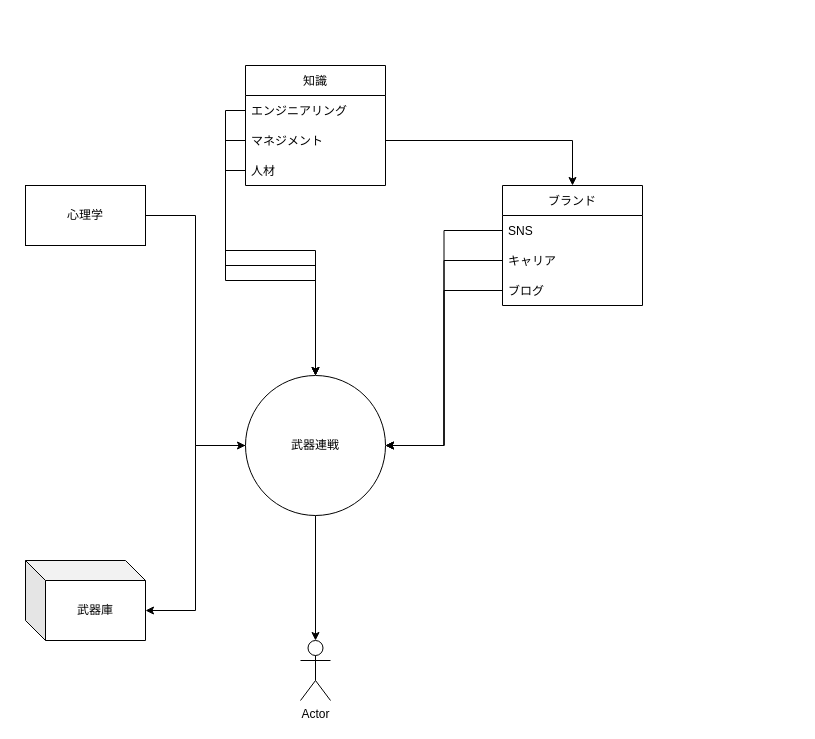
This is Untitled Diagram.drawio from minegishirei/draw_v1, a draw.io file, before an edit. Source tidied: cells renumbered, new cells numbered last; positions are measured from the earlier drawing's top-left corner, leaving out a move shared by most shapes. Both pictures are drawn from the tidied source at 100%, with x=0, y=0 at pixel (25, 65).
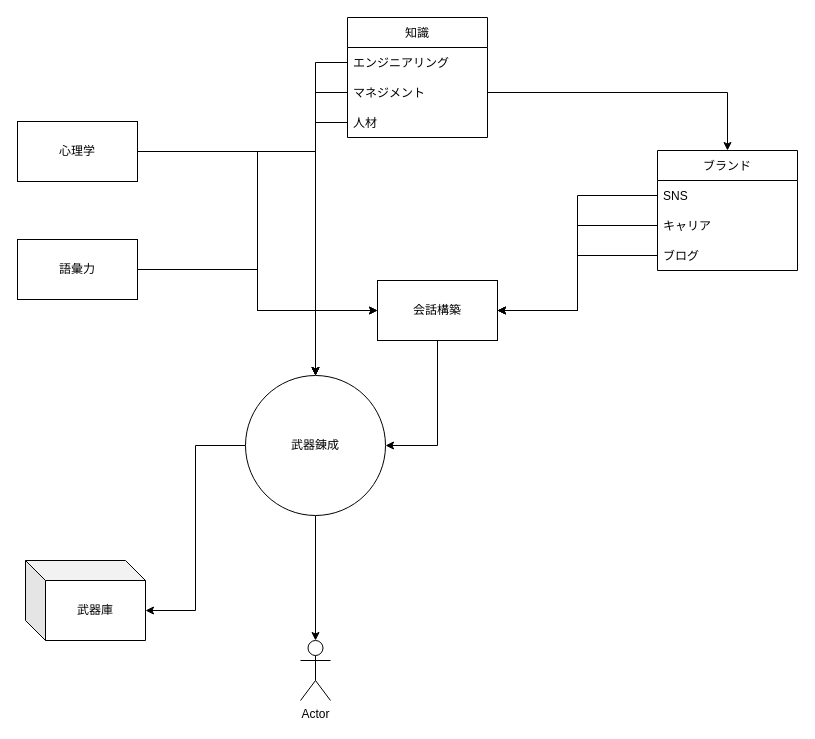
The same page after the edit.

The change refers to these unchanged cells:
```xml
<mxCell id="7" value="SNS" style="text;strokeColor=none;fillColor=none;align=left;verticalAlign=middle;spacingLeft=4;spacingRight=4;overflow=hidden;points=[[0,0.5],[1,0.5]];portConstraint=eastwest;" parent="6" vertex="1">
  <mxGeometry y="30" width="140" height="30" as="geometry" />
</mxCell>
<mxCell id="8" value="キャリア" style="text;strokeColor=none;fillColor=none;align=left;verticalAlign=middle;spacingLeft=4;spacingRight=4;overflow=hidden;points=[[0,0.5],[1,0.5]];portConstraint=eastwest;" parent="6" vertex="1">
  <mxGeometry y="60" width="140" height="30" as="geometry" />
</mxCell>
<mxCell id="9" value="ブログ" style="text;strokeColor=none;fillColor=none;align=left;verticalAlign=middle;spacingLeft=4;spacingRight=4;overflow=hidden;points=[[0,0.5],[1,0.5]];portConstraint=eastwest;" parent="6" vertex="1">
  <mxGeometry y="90" width="140" height="30" as="geometry" />
</mxCell>
```

Change to the diagram source:
```diff
@@
     <mxCell id="2" value="知識" style="swimlane;fontStyle=0;horizontal=1;startSize=30;" parent="1" vertex="1">
-      <mxGeometry x="220" width="140" height="120" as="geometry" />
+      <mxGeometry x="322" y="-48" width="140" height="120" as="geometry" />
     </mxCell>
@@
     <mxCell id="6" value="ブランド" style="swimlane;fontStyle=0;horizontal=1;startSize=30;" parent="1" vertex="1">
-      <mxGeometry x="477" y="120" width="140" height="120" as="geometry" />
+      <mxGeometry x="632" y="85" width="140" height="120" as="geometry" />
     </mxCell>
@@
-    <mxCell id="10" style="edgeStyle=orthogonalEdgeStyle;rounded=0;jettySize=auto;html=1;entryX=0;entryY=0.5;entryDx=0;entryDy=0;" parent="1" edge="1" source="11" target="15">
+    <mxCell id="10" style="edgeStyle=orthogonalEdgeStyle;rounded=0;jettySize=auto;html=1;entryX=0;entryY=0.5;entryDx=0;entryDy=0;" parent="1" edge="1" source="11" target="25">
       <mxGeometry relative="1" as="geometry" />
     </mxCell>
     <mxCell id="11" value="心理学" style="rounded=0;whiteSpace=wrap;html=1;" parent="1" vertex="1">
-      <mxGeometry y="120" width="120" height="60" as="geometry" />
+      <mxGeometry x="-8" y="56" width="120" height="60" as="geometry" />
     </mxCell>
@@
-    <mxCell id="15" value="武器連戦" style="ellipse;whiteSpace=wrap;html=1;" parent="1" vertex="1">
+    <mxCell id="15" value="武器錬成" style="ellipse;whiteSpace=wrap;html=1;" parent="1" vertex="1">
       <mxGeometry x="220" y="310" width="140" height="140" as="geometry" />
     </mxCell>
-    <mxCell id="16" style="edgeStyle=orthogonalEdgeStyle;rounded=0;jettySize=auto;html=1;entryX=1;entryY=0.5;entryDx=0;entryDy=0;" parent="1" edge="1" source="9" target="15">
+    <mxCell id="16" style="edgeStyle=orthogonalEdgeStyle;rounded=0;jettySize=auto;html=1;entryX=1;entryY=0.5;entryDx=0;entryDy=0;" parent="1" edge="1" source="9" target="25">
       <mxGeometry relative="1" as="geometry" />
     </mxCell>
-    <mxCell id="17" style="edgeStyle=orthogonalEdgeStyle;rounded=0;jettySize=auto;html=1;entryX=1;entryY=0.5;entryDx=0;entryDy=0;" parent="1" edge="1" source="8" target="15">
+    <mxCell id="17" style="edgeStyle=orthogonalEdgeStyle;rounded=0;jettySize=auto;html=1;entryX=1;entryY=0.5;entryDx=0;entryDy=0;" parent="1" edge="1" source="8" target="25">
       <mxGeometry relative="1" as="geometry" />
     </mxCell>
-    <mxCell id="18" style="edgeStyle=orthogonalEdgeStyle;rounded=0;jettySize=auto;html=1;entryX=1;entryY=0.5;entryDx=0;entryDy=0;" parent="1" edge="1" source="7" target="15">
+    <mxCell id="18" style="edgeStyle=orthogonalEdgeStyle;rounded=0;jettySize=auto;html=1;entryX=1;entryY=0.5;entryDx=0;entryDy=0;" parent="1" edge="1" source="7" target="25">
       <mxGeometry relative="1" as="geometry" />
     </mxCell>
@@
+    <mxCell id="24" style="edgeStyle=orthogonalEdgeStyle;rounded=0;jettySize=auto;html=1;entryX=1;entryY=0.5;entryDx=0;entryDy=0;" parent="1" edge="1" source="25" target="15">
+      <mxGeometry relative="1" as="geometry" />
+    </mxCell>
+    <mxCell id="25" value="会話構築" style="rounded=0;whiteSpace=wrap;html=1;" parent="1" vertex="1">
+      <mxGeometry x="352" y="215" width="120" height="60" as="geometry" />
+    </mxCell>
+    <mxCell id="26" style="edgeStyle=orthogonalEdgeStyle;rounded=0;jettySize=auto;html=1;exitX=1;exitY=0.5;exitDx=0;exitDy=0;entryX=0;entryY=0.5;entryDx=0;entryDy=0;" parent="1" edge="1" source="27" target="25">
+      <mxGeometry relative="1" as="geometry" />
+    </mxCell>
+    <mxCell id="27" value="語彙力" style="rounded=0;whiteSpace=wrap;html=1;" parent="1" vertex="1">
+      <mxGeometry x="-8" y="174" width="120" height="60" as="geometry" />
+    </mxCell>
+    <mxCell id="28" style="edgeStyle=orthogonalEdgeStyle;rounded=0;jettySize=auto;html=1;exitX=1;exitY=0.5;exitDx=0;exitDy=0;entryX=0.5;entryY=0;entryDx=0;entryDy=0;" parent="1" edge="1" source="11" target="15">
+      <mxGeometry relative="1" as="geometry" />
+    </mxCell>
```
